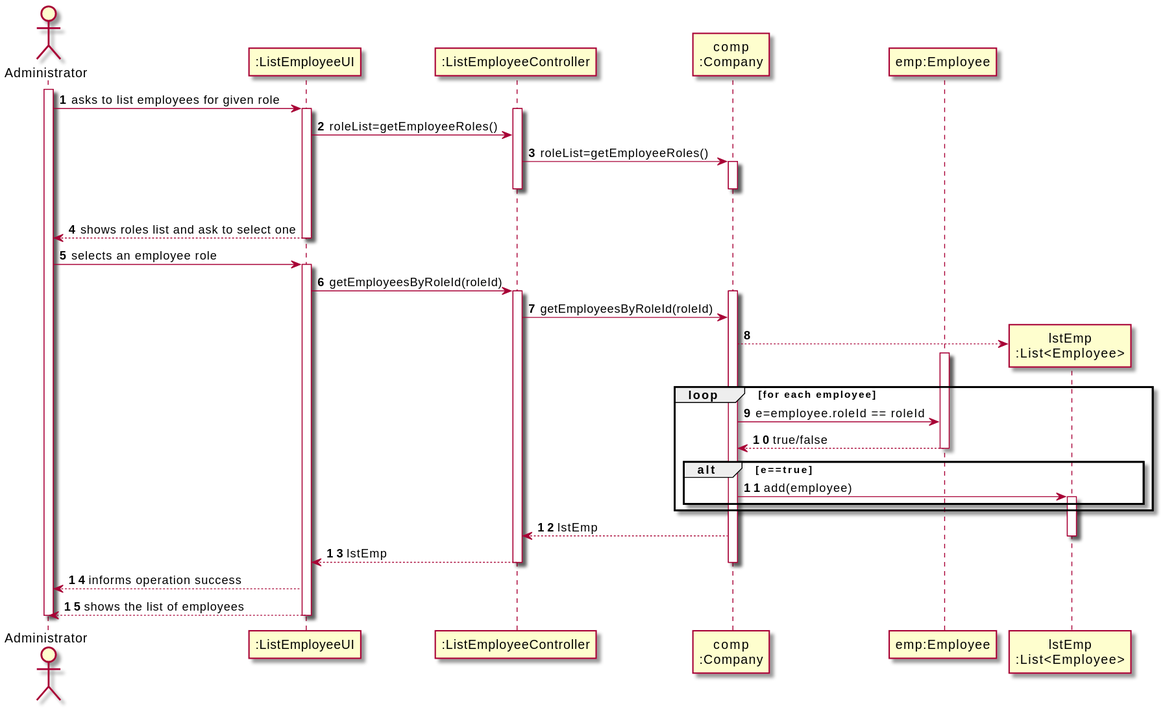
Above: docs/SprintB/US11/SD/US11_SD.svg in miseEnPlace-i/lapr2 (PlantUML), before the change.
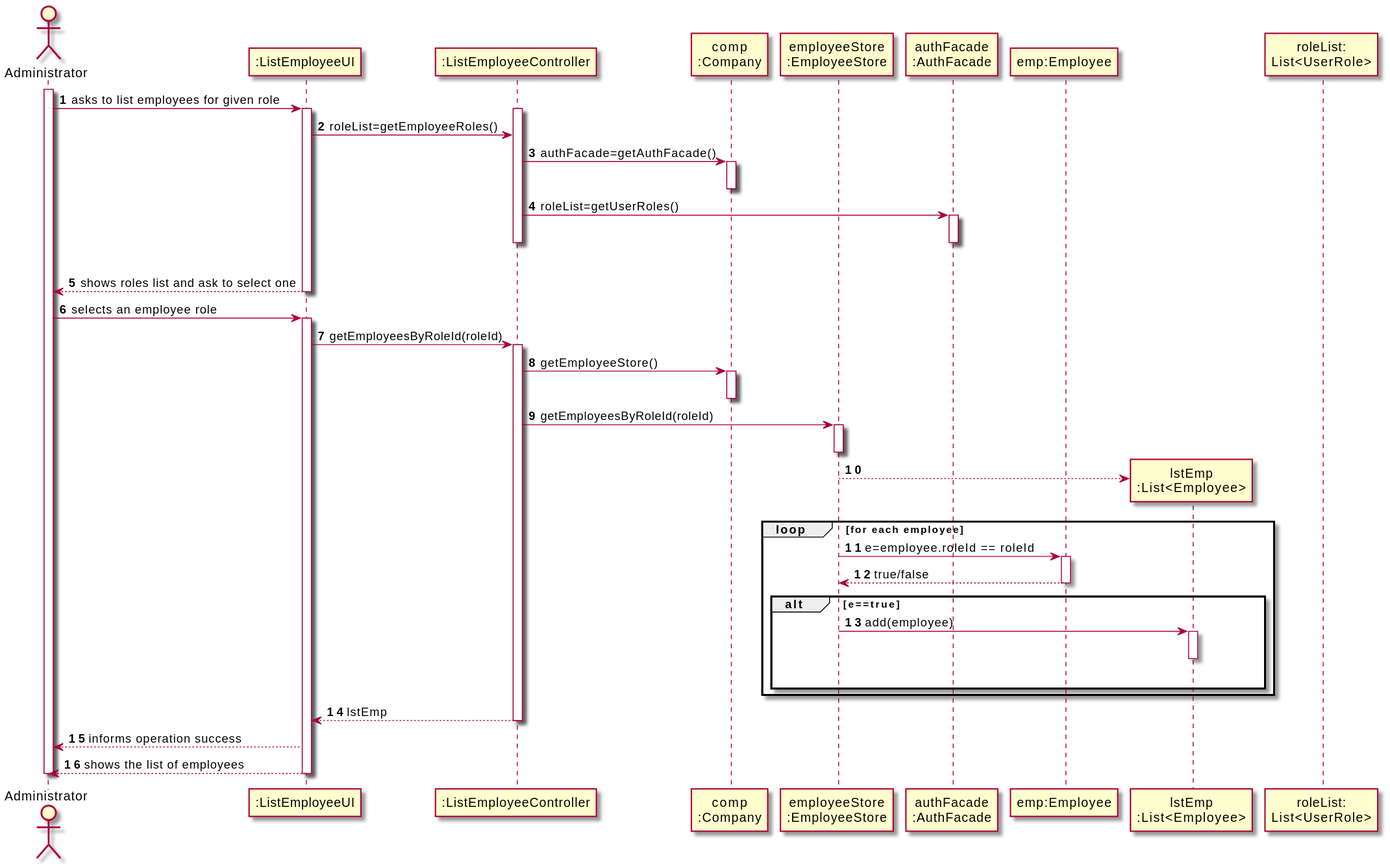
The same file after the commit.

Commit message:
docs(US11): fixed SD using employee store

Diff of the diagram source:
```diff
@@ -5,18 +5,24 @@
 participant ":ListEmployeeUI" as UI
 participant ":ListEmployeeController" as CTRL
 participant "comp\n:Company" as COMP
+participant "employeeStore\n:EmployeeStore" as EMPS
+participant "authFacade\n:AuthFacade" as AUTH
 participant "emp:Employee" as EMP
+
 
 activate ADM
 ADM -> UI : asks to list employees for given role
 activate UI
 activate CTRL
 UI -> CTRL : roleList=getEmployeeRoles()
+CTRL -> COMP : authFacade=getAuthFacade()
+activate COMP
+deactivate COMP
 
-CTRL -> COMP : roleList=getEmployeeRoles()
-activate COMP
+CTRL -> AUTH : roleList=getUserRoles()
+activate AUTH
 |||
-deactivate COMP
+deactivate AUTH
 deactivate CTRL
 
 UI --> ADM : shows roles list and ask to select one
@@ -28,24 +34,28 @@
 UI -> CTRL : getEmployeesByRoleId(roleId)
 activate CTRL
 
+CTRL -> COMP: getEmployeeStore()
 activate COMP
-CTRL -> COMP: getEmployeesByRoleId(roleId)
+deactivate COMP
+CTRL -> EMPS: getEmployeesByRoleId(roleId)
+activate EMPS
+deactivate EMPS
 create "lstEmp\n:List<Employee>" as LST
-COMP --> LST
+EMPS --> LST
 
 loop for each employee
+    EMPS -> EMP: e=employee.roleId == roleId
   activate EMP
-    COMP -> EMP: e=employee.roleId == roleId
-    EMP --> COMP: true/false
+    EMP --> EMPS: true/false
   deactivate EMP
     alt e==true
-        COMP -> LST: add(employee)
+        EMPS -> LST: add(employee)
       activate LST
+    |||
+    deactivate LST
     end
 end
 
-COMP --> CTRL: lstEmp
-deactivate LST
 CTRL --> UI: lstEmp
 
 deactivate COMP
@@ -58,4 +68,6 @@
 deactivate CTRL
 deactivate ADM
 
+participant "roleList:\nList<UserRole>"
+
 @enduml
```
